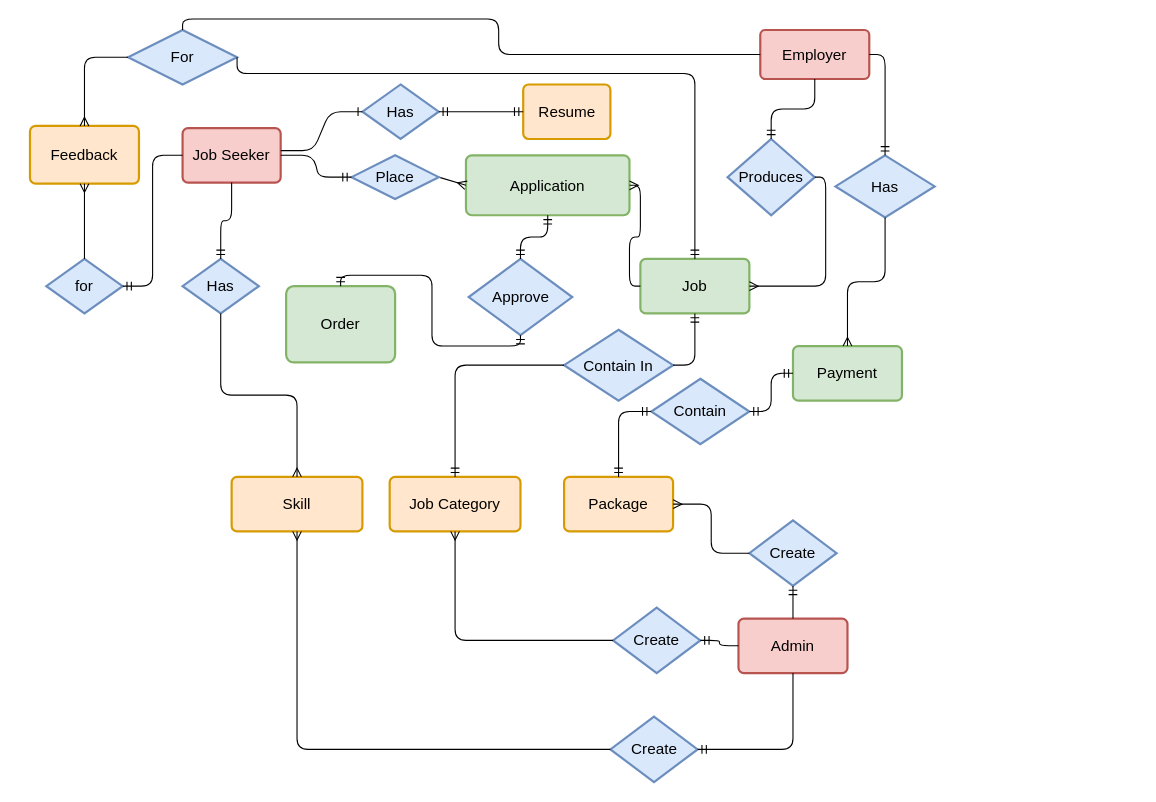
Above: page "ER" (2 of 2) of images/use_case.drawio in hungdt-ibl/documents (draw.io), before the change. Source tidied: cells renumbered, new cells numbered last; positions are measured from the earlier drawing's top-left corner, leaving out a move shared by most shapes. Both pictures are drawn from the tidied source at 109%, with x=0, y=0 at pixel (29, 29).
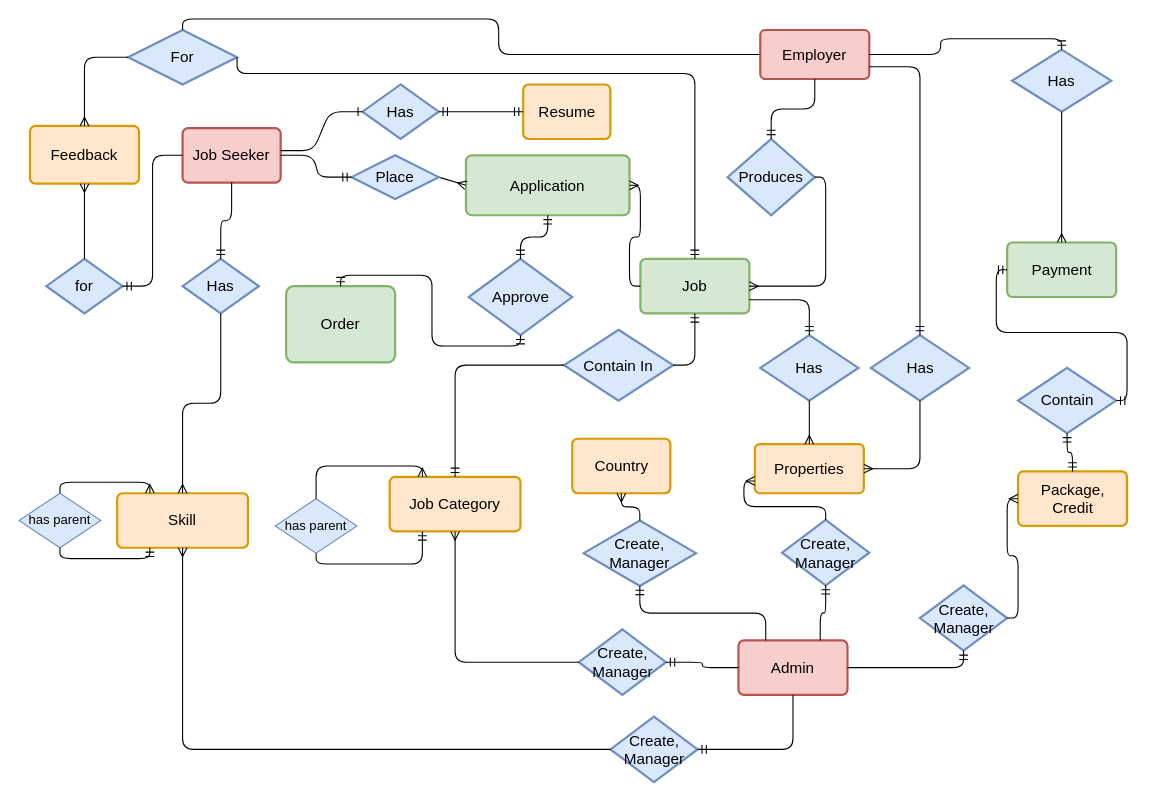
The same page after the edit.

Unchanged cells that the change refers to:
```xml
<mxCell id="7" value="Employer" style="strokeWidth=2;rounded=1;arcSize=10;whiteSpace=wrap;html=1;align=center;fontSize=14;fillColor=#f8cecc;strokeColor=#b85450;" parent="1" vertex="1">
  <mxGeometry x="670" width="100" height="45" as="geometry" />
</mxCell>
<mxCell id="9" value="Job" style="strokeWidth=2;rounded=1;arcSize=10;whiteSpace=wrap;html=1;align=center;fontSize=14;fillColor=#d5e8d4;strokeColor=#82b366;" parent="1" vertex="1">
  <mxGeometry x="560" y="210" width="100" height="50" as="geometry" />
</mxCell>
<mxCell id="33" value="Job Category" style="strokeWidth=2;rounded=1;arcSize=10;whiteSpace=wrap;html=1;align=center;fontSize=14;fillColor=#ffe6cc;strokeColor=#d79b00;" parent="1" vertex="1">
  <mxGeometry x="330" y="410" width="120" height="50" as="geometry" />
</mxCell>
```

The edit, as a diff of the source:
```diff
@@
     <mxCell id="17" value="Admin" style="strokeWidth=2;rounded=1;arcSize=10;whiteSpace=wrap;html=1;align=center;fontSize=14;fillColor=#f8cecc;strokeColor=#b85450;" parent="1" vertex="1">
-      <mxGeometry x="650" y="540" width="100" height="50" as="geometry" />
+      <mxGeometry x="650" y="560" width="100" height="50" as="geometry" />
     </mxCell>
@@
-    <mxCell id="22" value="Create" style="shape=rhombus;strokeWidth=2;fontSize=17;perimeter=rhombusPerimeter;whiteSpace=wrap;html=1;align=center;fontSize=14;fillColor=#dae8fc;strokeColor=#6c8ebf;" parent="1" vertex="1">
-      <mxGeometry x="660" y="450" width="80" height="60" as="geometry" />
+    <mxCell id="22" value="Create, Manager" style="shape=rhombus;strokeWidth=2;fontSize=17;perimeter=rhombusPerimeter;whiteSpace=wrap;html=1;align=center;fontSize=14;fillColor=#dae8fc;strokeColor=#6c8ebf;" parent="1" vertex="1">
+      <mxGeometry x="816.5" y="509.5" width="80" height="60" as="geometry" />
     </mxCell>
-    <mxCell id="23" value="Package" style="strokeWidth=2;rounded=1;arcSize=10;whiteSpace=wrap;html=1;align=center;fontSize=14;fillColor=#ffe6cc;strokeColor=#d79b00;" parent="1" vertex="1">
-      <mxGeometry x="490" y="410" width="100" height="50" as="geometry" />
+    <mxCell id="23" value="Package, Credit" style="strokeWidth=2;rounded=1;arcSize=10;whiteSpace=wrap;html=1;align=center;fontSize=14;fillColor=#ffe6cc;strokeColor=#d79b00;" parent="1" vertex="1">
+      <mxGeometry x="906.5" y="405" width="100" height="50" as="geometry" />
     </mxCell>
-    <mxCell id="24" style="edgeStyle=orthogonalEdgeStyle;fontSize=12;html=1;endArrow=ERmandOne;exitX=0.5;exitY=0;exitDx=0;exitDy=0;entryX=0.5;entryY=1;entryDx=0;entryDy=0;" parent="1" edge="1" source="17" target="22">
+    <mxCell id="24" style="edgeStyle=orthogonalEdgeStyle;fontSize=12;html=1;endArrow=ERmandOne;exitX=1;exitY=0.5;exitDx=0;exitDy=0;entryX=0.5;entryY=1;entryDx=0;entryDy=0;" parent="1" edge="1" source="17" target="22">
       <mxGeometry relative="1" as="geometry" />
     </mxCell>
-    <mxCell id="25" style="edgeStyle=orthogonalEdgeStyle;fontSize=12;html=1;endArrow=ERmany;exitX=0;exitY=0.5;exitDx=0;exitDy=0;entryX=1;entryY=0.5;entryDx=0;entryDy=0;" parent="1" edge="1" source="22" target="23">
+    <mxCell id="25" style="edgeStyle=orthogonalEdgeStyle;fontSize=12;html=1;endArrow=ERmany;exitX=1;exitY=0.5;exitDx=0;exitDy=0;entryX=0;entryY=0.5;entryDx=0;entryDy=0;" parent="1" edge="1" source="22" target="23">
       <mxGeometry relative="1" as="geometry" />
     </mxCell>
     <mxCell id="26" value="Payment" style="strokeWidth=2;rounded=1;arcSize=10;whiteSpace=wrap;html=1;align=center;fontSize=14;fillColor=#d5e8d4;strokeColor=#82b366;" parent="1" vertex="1">
-      <mxGeometry x="700" y="290" width="100" height="50" as="geometry" />
+      <mxGeometry x="896.5" y="195" width="100" height="50" as="geometry" />
     </mxCell>
     <mxCell id="27" value="Has" style="shape=rhombus;strokeWidth=2;fontSize=17;perimeter=rhombusPerimeter;whiteSpace=wrap;html=1;align=center;fontSize=14;fillColor=#dae8fc;strokeColor=#6c8ebf;" parent="1" vertex="1">
-      <mxGeometry x="739" y="115" width="91" height="57" as="geometry" />
+      <mxGeometry x="901" y="18" width="91" height="57" as="geometry" />
     </mxCell>
@@
     <mxCell id="30" value="Contain" style="shape=rhombus;strokeWidth=2;fontSize=17;perimeter=rhombusPerimeter;whiteSpace=wrap;html=1;align=center;fontSize=14;fillColor=#dae8fc;strokeColor=#6c8ebf;" parent="1" vertex="1">
-      <mxGeometry x="570" y="320" width="90" height="60" as="geometry" />
+      <mxGeometry x="906.5" y="310" width="90" height="60" as="geometry" />
     </mxCell>
@@
-    <mxCell id="32" style="edgeStyle=orthogonalEdgeStyle;fontSize=12;html=1;endArrow=ERmandOne;startArrow=ERmandOne;entryX=0;entryY=0.5;entryDx=0;entryDy=0;exitX=0.5;exitY=0;exitDx=0;exitDy=0;" parent="1" edge="1" source="23" target="30">
+    <mxCell id="32" style="fontSize=12;html=1;endArrow=ERmandOne;startArrow=ERmandOne;entryX=0.5;entryY=1;entryDx=0;entryDy=0;exitX=0.5;exitY=0;exitDx=0;exitDy=0;edgeStyle=orthogonalEdgeStyle;" parent="1" edge="1" source="23" target="30">
       <mxGeometry relative="1" as="geometry" />
     </mxCell>
@@
-    <mxCell id="34" value="Create" style="shape=rhombus;strokeWidth=2;fontSize=17;perimeter=rhombusPerimeter;whiteSpace=wrap;html=1;align=center;fontSize=14;fillColor=#dae8fc;strokeColor=#6c8ebf;" parent="1" vertex="1">
-      <mxGeometry x="535" y="530" width="80" height="60" as="geometry" />
+    <mxCell id="34" value="Create, Manager" style="shape=rhombus;strokeWidth=2;fontSize=17;perimeter=rhombusPerimeter;whiteSpace=wrap;html=1;align=center;fontSize=14;fillColor=#dae8fc;strokeColor=#6c8ebf;" parent="1" vertex="1">
+      <mxGeometry x="503.5" y="550" width="80" height="60" as="geometry" />
     </mxCell>
@@
     <mxCell id="40" value="Skill" style="strokeWidth=2;rounded=1;arcSize=10;whiteSpace=wrap;html=1;align=center;fontSize=14;fillColor=#ffe6cc;strokeColor=#d79b00;" parent="1" vertex="1">
-      <mxGeometry x="185" y="410" width="120" height="50" as="geometry" />
+      <mxGeometry x="80" y="425" width="120" height="50" as="geometry" />
     </mxCell>
-    <mxCell id="41" value="Create" style="shape=rhombus;strokeWidth=2;fontSize=17;perimeter=rhombusPerimeter;whiteSpace=wrap;html=1;align=center;fontSize=14;fillColor=#dae8fc;strokeColor=#6c8ebf;" parent="1" vertex="1">
+    <mxCell id="41" value="Create, Manager" style="shape=rhombus;strokeWidth=2;fontSize=17;perimeter=rhombusPerimeter;whiteSpace=wrap;html=1;align=center;fontSize=14;fillColor=#dae8fc;strokeColor=#6c8ebf;" parent="1" vertex="1">
       <mxGeometry x="532.5" y="630" width="80" height="60" as="geometry" />
     </mxCell>
@@
+    <mxCell id="55" value="has parent" style="rhombus;whiteSpace=wrap;html=1;fillColor=#dae8fc;strokeColor=#6c8ebf;" parent="1" vertex="1">
+      <mxGeometry x="225" y="430" width="75" height="50" as="geometry" />
+    </mxCell>
+    <mxCell id="56" style="edgeStyle=orthogonalEdgeStyle;fontSize=12;html=1;endArrow=ERmany;entryX=0.25;entryY=0;entryDx=0;entryDy=0;exitX=0.5;exitY=0;exitDx=0;exitDy=0;" parent="1" edge="1" source="55" target="33">
+      <mxGeometry relative="1" as="geometry" />
+    </mxCell>
+    <mxCell id="57" style="edgeStyle=orthogonalEdgeStyle;fontSize=12;html=1;endArrow=ERmandOne;exitX=0.5;exitY=1;exitDx=0;exitDy=0;entryX=0.25;entryY=1;entryDx=0;entryDy=0;" parent="1" edge="1" source="55" target="33">
+      <mxGeometry relative="1" as="geometry" />
+    </mxCell>
+    <mxCell id="58" value="has parent" style="rhombus;whiteSpace=wrap;html=1;fillColor=#dae8fc;strokeColor=#6c8ebf;" parent="1" vertex="1">
+      <mxGeometry x="-10" y="425" width="75" height="50" as="geometry" />
+    </mxCell>
+    <mxCell id="59" style="edgeStyle=orthogonalEdgeStyle;fontSize=12;html=1;endArrow=ERmany;entryX=0.25;entryY=0;entryDx=0;entryDy=0;exitX=0.5;exitY=0;exitDx=0;exitDy=0;" parent="1" edge="1" source="58" target="40">
+      <mxGeometry relative="1" as="geometry" />
+    </mxCell>
+    <mxCell id="60" style="edgeStyle=orthogonalEdgeStyle;fontSize=12;html=1;endArrow=ERmandOne;exitX=0.5;exitY=1;exitDx=0;exitDy=0;entryX=0.25;entryY=1;entryDx=0;entryDy=0;" parent="1" edge="1" source="58" target="40">
+      <mxGeometry relative="1" as="geometry" />
+    </mxCell>
+    <mxCell id="61" value="Country" style="strokeWidth=2;rounded=1;arcSize=10;whiteSpace=wrap;html=1;align=center;fontSize=14;fillColor=#ffe6cc;strokeColor=#d79b00;" parent="1" vertex="1">
+      <mxGeometry x="497.5" y="375" width="90" height="50" as="geometry" />
+    </mxCell>
+    <mxCell id="62" value="Create, Manager" style="shape=rhombus;strokeWidth=2;fontSize=17;perimeter=rhombusPerimeter;whiteSpace=wrap;html=1;align=center;fontSize=14;fillColor=#dae8fc;strokeColor=#6c8ebf;" parent="1" vertex="1">
+      <mxGeometry x="508" y="450" width="103" height="60" as="geometry" />
+    </mxCell>
+    <mxCell id="63" style="edgeStyle=orthogonalEdgeStyle;fontSize=12;html=1;endArrow=ERmandOne;exitX=0.25;exitY=0;exitDx=0;exitDy=0;entryX=0.5;entryY=1;entryDx=0;entryDy=0;" parent="1" edge="1" source="17" target="62">
+      <mxGeometry relative="1" as="geometry" />
+    </mxCell>
+    <mxCell id="64" style="edgeStyle=orthogonalEdgeStyle;fontSize=12;html=1;endArrow=ERmany;exitX=0.5;exitY=0;exitDx=0;exitDy=0;entryX=0.5;entryY=1;entryDx=0;entryDy=0;" parent="1" edge="1" source="62" target="61">
+      <mxGeometry relative="1" as="geometry" />
+    </mxCell>
+    <mxCell id="65" value="Properties" style="strokeWidth=2;rounded=1;arcSize=10;whiteSpace=wrap;html=1;align=center;fontSize=14;fillColor=#ffe6cc;strokeColor=#d79b00;" parent="1" vertex="1">
+      <mxGeometry x="665" y="380" width="100" height="45" as="geometry" />
+    </mxCell>
+    <mxCell id="66" value="Has" style="shape=rhombus;strokeWidth=2;fontSize=17;perimeter=rhombusPerimeter;whiteSpace=wrap;html=1;align=center;fontSize=14;fillColor=#dae8fc;strokeColor=#6c8ebf;" parent="1" vertex="1">
+      <mxGeometry x="670" y="280" width="90" height="60" as="geometry" />
+    </mxCell>
+    <mxCell id="67" style="edgeStyle=orthogonalEdgeStyle;fontSize=12;html=1;endArrow=ERmandOne;entryX=0.5;entryY=0;entryDx=0;entryDy=0;exitX=1;exitY=0.75;exitDx=0;exitDy=0;" parent="1" edge="1" source="9" target="66">
+      <mxGeometry relative="1" as="geometry" />
+    </mxCell>
+    <mxCell id="68" style="edgeStyle=orthogonalEdgeStyle;fontSize=12;html=1;endArrow=ERmany;exitX=0.5;exitY=1;exitDx=0;exitDy=0;entryX=0.5;entryY=0;entryDx=0;entryDy=0;" parent="1" edge="1" source="66" target="65">
+      <mxGeometry relative="1" as="geometry" />
+    </mxCell>
+    <mxCell id="69" value="Create, Manager" style="shape=rhombus;strokeWidth=2;fontSize=17;perimeter=rhombusPerimeter;whiteSpace=wrap;html=1;align=center;fontSize=14;fillColor=#dae8fc;strokeColor=#6c8ebf;" parent="1" vertex="1">
+      <mxGeometry x="690" y="449.5" width="80" height="60" as="geometry" />
+    </mxCell>
+    <mxCell id="70" style="edgeStyle=orthogonalEdgeStyle;fontSize=12;html=1;endArrow=ERmandOne;exitX=0.75;exitY=0;exitDx=0;exitDy=0;entryX=0.5;entryY=1;entryDx=0;entryDy=0;" parent="1" edge="1" source="17" target="69">
+      <mxGeometry relative="1" as="geometry" />
+    </mxCell>
+    <mxCell id="71" style="edgeStyle=orthogonalEdgeStyle;fontSize=12;html=1;endArrow=ERmany;exitX=0.5;exitY=0;exitDx=0;exitDy=0;entryX=0;entryY=0.75;entryDx=0;entryDy=0;" parent="1" edge="1" source="69" target="65">
+      <mxGeometry relative="1" as="geometry" />
+    </mxCell>
+    <mxCell id="72" value="Has" style="shape=rhombus;strokeWidth=2;fontSize=17;perimeter=rhombusPerimeter;whiteSpace=wrap;html=1;align=center;fontSize=14;fillColor=#dae8fc;strokeColor=#6c8ebf;" parent="1" vertex="1">
+      <mxGeometry x="771.5" y="280" width="90" height="60" as="geometry" />
+    </mxCell>
+    <mxCell id="73" style="edgeStyle=orthogonalEdgeStyle;fontSize=12;html=1;endArrow=ERmandOne;exitX=1;exitY=0.75;exitDx=0;exitDy=0;entryX=0.5;entryY=0;entryDx=0;entryDy=0;" parent="1" edge="1" source="7" target="72">
+      <mxGeometry relative="1" as="geometry" />
+    </mxCell>
+    <mxCell id="74" style="edgeStyle=orthogonalEdgeStyle;fontSize=12;html=1;endArrow=ERmany;exitX=0.5;exitY=1;exitDx=0;exitDy=0;entryX=1;entryY=0.5;entryDx=0;entryDy=0;" parent="1" edge="1" source="72" target="65">
+      <mxGeometry relative="1" as="geometry" />
+    </mxCell>
```
